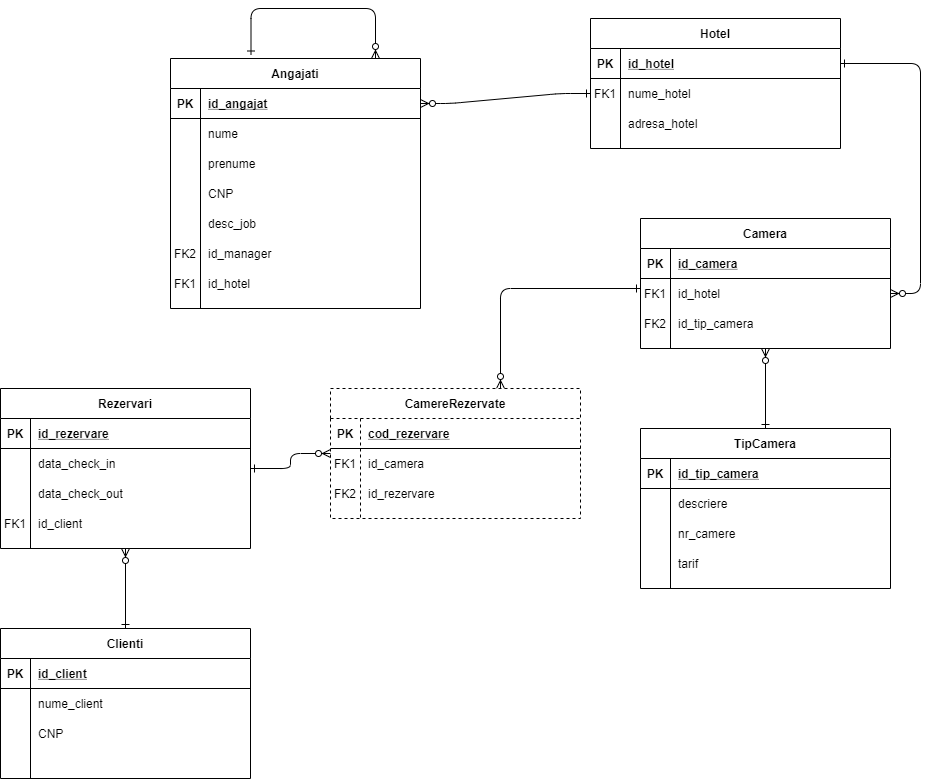
Before: Proiect/Diagrama Conceptuala.png, a diagram exported from draw.io (liviubouruc/SGBD). Source tidied: cells renumbered, new cells last; positions are measured from the earlier drawing's top-left corner, leaving out a move shared by most shapes.
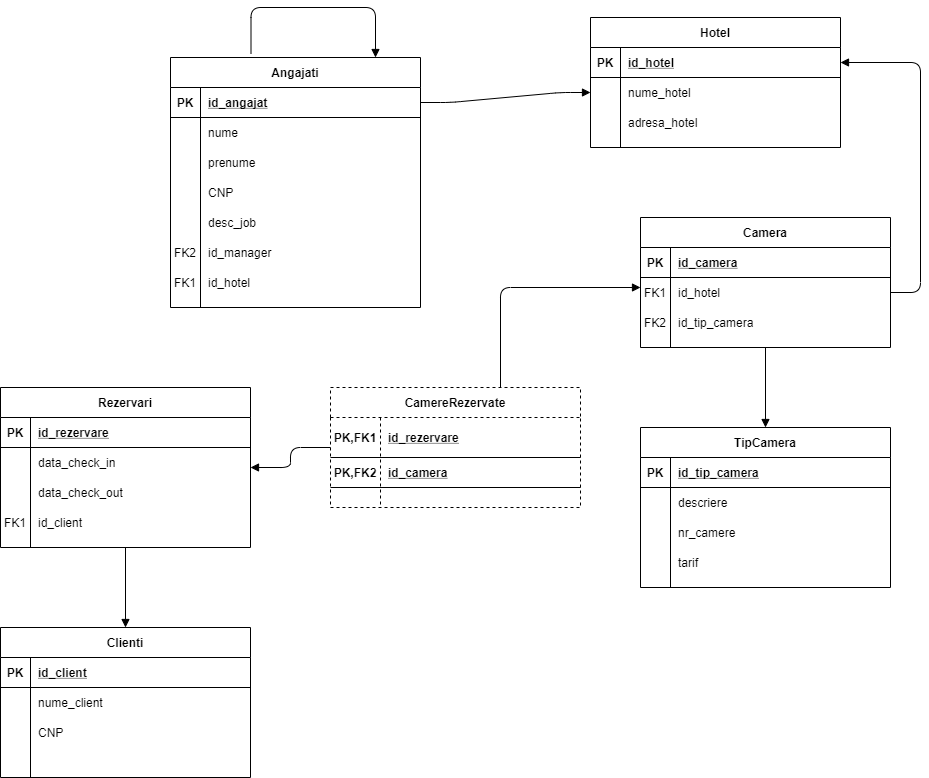
Later version of the same file.

Diff of the diagram source:
```diff
@@ -2,10 +2,10 @@
   <root>
     <mxCell id="0" />
     <mxCell id="1" parent="0" />
-    <mxCell id="2" style="edgeStyle=entityRelationEdgeStyle;endArrow=ERone;startArrow=ERzeroToMany;endFill=0;startFill=1;" parent="1" edge="1" source="28" target="8">
+    <mxCell id="2" style="edgeStyle=entityRelationEdgeStyle;endArrow=block;startArrow=none;endFill=1;startFill=0;" parent="1" edge="1" source="28" target="8">
       <mxGeometry relative="1" as="geometry" />
     </mxCell>
-    <mxCell id="3" style="edgeStyle=entityRelationEdgeStyle;endArrow=ERzeroToMany;startArrow=ERone;endFill=1;startFill=0;" parent="1" edge="1" source="5" target="20">
+    <mxCell id="3" style="edgeStyle=entityRelationEdgeStyle;endArrow=none;startArrow=block;endFill=0;startFill=1;" parent="1" edge="1" source="5" target="20">
       <mxGeometry relative="1" as="geometry" />
     </mxCell>
     <mxCell id="4" value="Hotel" style="shape=table;startSize=30;rowLines=0;fontStyle=1;align=center;" parent="1" vertex="1">
@@ -23,7 +23,7 @@
     <mxCell id="8" style="shape=partialRectangle;fillColor=none;points=[[0,0.5],[1,0.5]];portConstraint=eastwest;top=0;left=0;right=0;bottom=0;" parent="4" vertex="1">
       <mxGeometry y="60" width="250" height="30" as="geometry" />
     </mxCell>
-    <mxCell id="9" value="FK1" style="shape=partialRectangle;overflow=hidden;fillColor=none;top=0;left=0;bottom=0;right=0;" parent="8" vertex="1">
+    <mxCell id="9" style="shape=partialRectangle;overflow=hidden;fillColor=none;top=0;left=0;bottom=0;right=0;" parent="8" vertex="1">
       <mxGeometry width="30" height="30" as="geometry" />
     </mxCell>
     <mxCell id="10" value="nume_hotel" style="shape=partialRectangle;overflow=hidden;fillColor=none;top=0;left=0;bottom=0;right=0;align=left;spacingLeft=6;" parent="8" vertex="1">
@@ -38,10 +38,10 @@
     <mxCell id="13" value="adresa_hotel" style="shape=partialRectangle;overflow=hidden;fillColor=none;top=0;left=0;bottom=0;right=0;align=left;spacingLeft=6;" parent="11" vertex="1">
       <mxGeometry x="30" width="220" height="30" as="geometry" />
     </mxCell>
-    <mxCell id="14" style="edgeStyle=orthogonalEdgeStyle;rounded=1;jettySize=auto;html=1;startArrow=ERzeroToMany;startFill=1;endArrow=ERone;endFill=0;" parent="1" edge="1" source="16" target="49">
+    <mxCell id="14" style="edgeStyle=orthogonalEdgeStyle;rounded=1;jettySize=auto;html=1;startArrow=none;startFill=0;endArrow=block;endFill=1;" parent="1" edge="1" source="16" target="49">
       <mxGeometry relative="1" as="geometry" />
     </mxCell>
-    <mxCell id="15" style="edgeStyle=orthogonalEdgeStyle;rounded=1;jettySize=auto;html=1;startArrow=ERone;startFill=0;endArrow=ERzeroToMany;endFill=1;" parent="1" edge="1" source="16" target="63">
+    <mxCell id="15" style="edgeStyle=orthogonalEdgeStyle;rounded=1;jettySize=auto;html=1;startArrow=block;startFill=1;endArrow=none;endFill=0;" parent="1" edge="1" source="16" target="63">
       <mxGeometry relative="1" as="geometry">
         <Array as="points">
           <mxPoint x="500" y="280" />
@@ -78,7 +78,7 @@
     <mxCell id="25" value="id_tip_camera" style="shape=partialRectangle;overflow=hidden;fillColor=none;top=0;left=0;bottom=0;right=0;align=left;spacingLeft=6;" parent="23" vertex="1">
       <mxGeometry x="30" width="220" height="30" as="geometry" />
     </mxCell>
-    <mxCell id="26" style="edgeStyle=orthogonalEdgeStyle;orthogonalLoop=1;jettySize=auto;html=1;startArrow=ERzeroToMany;startFill=1;endArrow=ERone;endFill=0;rounded=1;entryX=0.322;entryY=-0.014;entryDx=0;entryDy=0;entryPerimeter=0;" parent="1" edge="1" source="27" target="27">
+    <mxCell id="26" style="edgeStyle=orthogonalEdgeStyle;orthogonalLoop=1;jettySize=auto;html=1;startArrow=block;startFill=1;endArrow=none;endFill=0;rounded=1;entryX=0.322;entryY=-0.014;entryDx=0;entryDy=0;entryPerimeter=0;" parent="1" edge="1" source="27" target="27">
       <mxGeometry relative="1" as="geometry">
         <Array as="points">
           <mxPoint x="375" />
@@ -191,40 +191,40 @@
     <mxCell id="61" value="tarif" style="shape=partialRectangle;overflow=hidden;fillColor=none;top=0;left=0;bottom=0;right=0;align=left;spacingLeft=6;" parent="59" vertex="1">
       <mxGeometry x="30" width="220" height="30" as="geometry" />
     </mxCell>
-    <mxCell id="62" style="edgeStyle=orthogonalEdgeStyle;rounded=1;jettySize=auto;html=1;startArrow=ERzeroToMany;startFill=1;endArrow=ERone;endFill=0;" parent="1" edge="1" source="63" target="74">
+    <mxCell id="62" style="edgeStyle=orthogonalEdgeStyle;rounded=1;jettySize=auto;html=1;startArrow=none;startFill=0;endArrow=block;endFill=1;" parent="1" edge="1" source="63" target="74">
       <mxGeometry relative="1" as="geometry" />
     </mxCell>
     <mxCell id="63" value="CamereRezervate" style="shape=table;startSize=30;rowLines=0;fontStyle=1;align=center;dashed=1;" parent="1" vertex="1">
-      <mxGeometry x="330" y="380" width="250" height="130" as="geometry" />
+      <mxGeometry x="330" y="380" width="250" height="120" as="geometry" />
     </mxCell>
     <mxCell id="64" style="shape=partialRectangle;fillColor=none;top=0;left=0;right=0;bottom=1;" parent="63" vertex="1">
-      <mxGeometry y="30" width="250" height="30" as="geometry" />
+      <mxGeometry y="30" width="250" height="40" as="geometry" />
     </mxCell>
-    <mxCell id="65" value="PK" style="shape=partialRectangle;overflow=hidden;fillColor=none;top=0;left=0;bottom=0;right=0;fontStyle=1;" parent="64" vertex="1">
-      <mxGeometry width="30" height="30" as="geometry" />
+    <mxCell id="65" value="PK,FK1" style="shape=partialRectangle;overflow=hidden;fillColor=none;top=0;left=0;bottom=0;right=0;fontStyle=1;" parent="64" vertex="1">
+      <mxGeometry width="50" height="40" as="geometry" />
     </mxCell>
-    <mxCell id="66" value="cod_rezervare" style="shape=partialRectangle;overflow=hidden;fillColor=none;top=0;left=0;bottom=0;right=0;align=left;spacingLeft=6;fontStyle=5;" parent="64" vertex="1">
-      <mxGeometry x="30" width="220" height="30" as="geometry" />
+    <mxCell id="66" value="id_rezervare" style="shape=partialRectangle;overflow=hidden;fillColor=none;top=0;left=0;bottom=0;right=0;align=left;spacingLeft=6;fontStyle=5;" parent="64" vertex="1">
+      <mxGeometry x="50" width="200" height="40" as="geometry" />
     </mxCell>
+    <mxCell id="100" style="shape=partialRectangle;fillColor=none;top=0;left=0;right=0;bottom=1;" parent="63" vertex="1">
+      <mxGeometry y="70" width="250" height="30" as="geometry" />
+    </mxCell>
+    <mxCell id="101" value="PK,FK2" style="shape=partialRectangle;overflow=hidden;fillColor=none;top=0;left=0;bottom=0;right=0;fontStyle=1;" parent="100" vertex="1">
+      <mxGeometry width="50" height="30" as="geometry" />
+    </mxCell>
+    <mxCell id="102" value="id_camera" style="shape=partialRectangle;overflow=hidden;fillColor=none;top=0;left=0;bottom=0;right=0;align=left;spacingLeft=6;fontStyle=5;" parent="100" vertex="1">
+      <mxGeometry x="50" width="200" height="30" as="geometry" />
+    </mxCell>
     <mxCell id="67" style="shape=partialRectangle;fillColor=none;top=0;left=0;right=0;bottom=0;" parent="63" vertex="1">
-      <mxGeometry y="60" width="250" height="30" as="geometry" />
+      <mxGeometry y="100" width="250" height="20" as="geometry" />
     </mxCell>
-    <mxCell id="68" value="FK1" style="shape=partialRectangle;overflow=hidden;fillColor=none;top=0;left=0;bottom=0;right=0;" parent="67" vertex="1">
-      <mxGeometry width="30" height="30" as="geometry" />
+    <mxCell id="68" style="shape=partialRectangle;overflow=hidden;fillColor=none;top=0;left=0;bottom=0;right=0;" parent="67" vertex="1">
+      <mxGeometry width="50" height="20" as="geometry" />
     </mxCell>
-    <mxCell id="69" value="id_camera" style="shape=partialRectangle;overflow=hidden;fillColor=none;top=0;left=0;bottom=0;right=0;align=left;spacingLeft=6;" parent="67" vertex="1">
-      <mxGeometry x="30" width="220" height="30" as="geometry" />
+    <mxCell id="69" style="shape=partialRectangle;overflow=hidden;fillColor=none;top=0;left=0;bottom=0;right=0;align=left;spacingLeft=6;" parent="67" vertex="1">
+      <mxGeometry x="50" width="200" height="20" as="geometry" />
     </mxCell>
-    <mxCell id="70" style="shape=partialRectangle;fillColor=none;top=0;left=0;right=0;bottom=0;" parent="63" vertex="1">
-      <mxGeometry y="90" width="250" height="30" as="geometry" />
-    </mxCell>
-    <mxCell id="71" value="FK2" style="shape=partialRectangle;overflow=hidden;fillColor=none;top=0;left=0;bottom=0;right=0;" parent="70" vertex="1">
-      <mxGeometry width="30" height="30" as="geometry" />
-    </mxCell>
-    <mxCell id="72" value="id_rezervare" style="shape=partialRectangle;overflow=hidden;fillColor=none;top=0;left=0;bottom=0;right=0;align=left;spacingLeft=6;" parent="70" vertex="1">
-      <mxGeometry x="30" width="220" height="30" as="geometry" />
-    </mxCell>
-    <mxCell id="73" style="edgeStyle=orthogonalEdgeStyle;rounded=1;jettySize=auto;html=1;startArrow=ERzeroToMany;startFill=1;endArrow=ERone;endFill=0;" parent="1" edge="1" source="74" target="87">
+    <mxCell id="73" style="edgeStyle=orthogonalEdgeStyle;rounded=1;jettySize=auto;html=1;startArrow=none;startFill=0;endArrow=block;endFill=1;" parent="1" edge="1" source="74" target="87">
       <mxGeometry relative="1" as="geometry" />
     </mxCell>
     <mxCell id="74" value="Rezervari" style="shape=table;startSize=30;rowLines=0;fontStyle=1;align=center;" parent="1" vertex="1">
```
